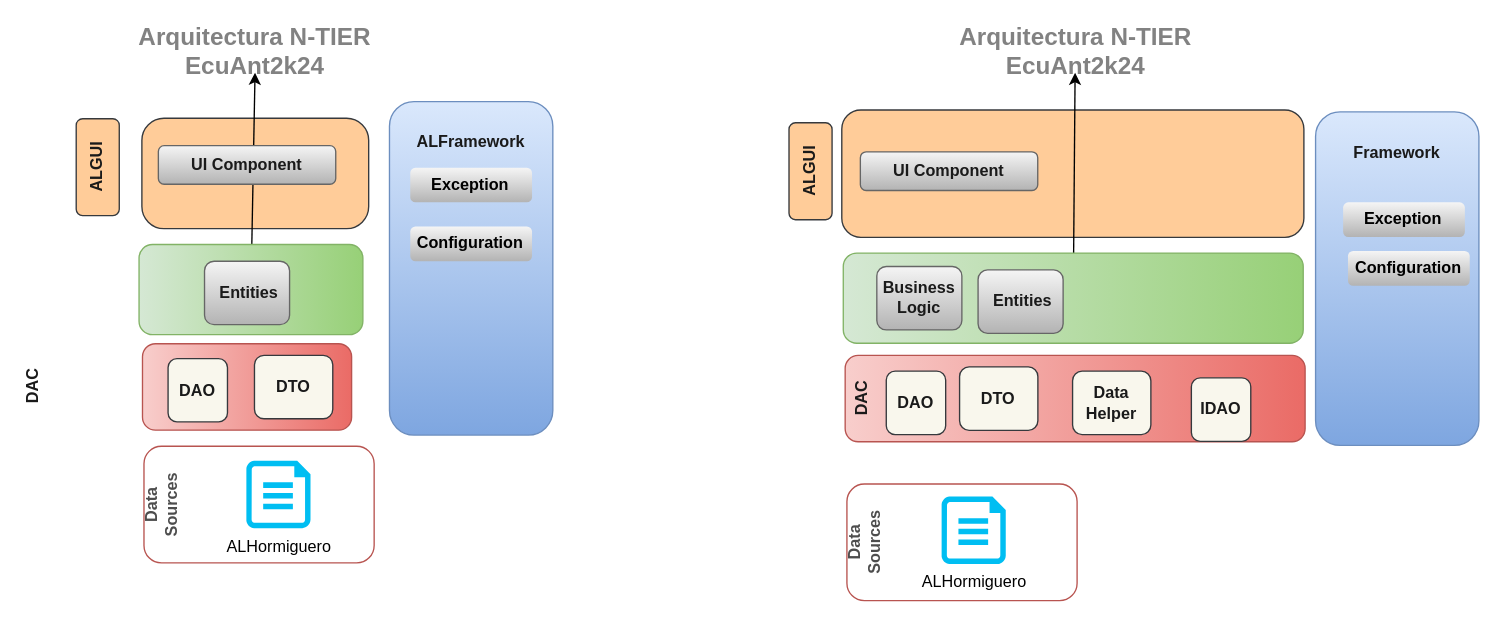
Earlier version of the draw.io diagram ALDesing/ALDiagramaArq.drawio (Lenin27Amangandi/ALHormiguero2K24). Source tidied: cells renumbered, new cells numbered last; positions are measured from the earlier drawing's top-left corner, leaving out a move shared by most shapes. Both pictures are drawn from the tidied source at 135%, with x=0, y=0 at pixel (49, -58).
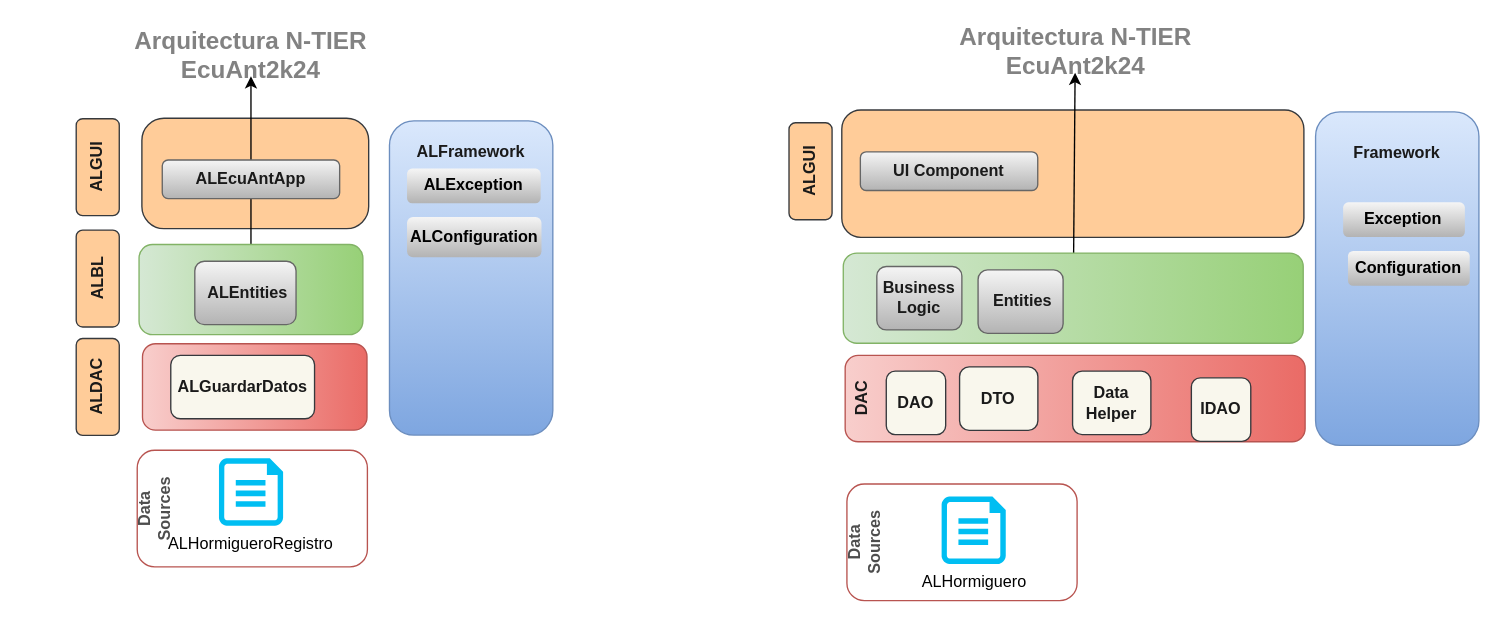
The same diagram, later.

The edit, as a diff of the source:
```diff
@@
-    <mxCell id="3" value="&lt;font color=&quot;#1a1a1a&quot;&gt;&lt;b&gt;DAC&lt;br&gt;&lt;br&gt;&lt;br&gt;&lt;br&gt;&lt;br&gt;&lt;br&gt;&lt;br&gt;&lt;br&gt;&lt;br&gt;&lt;br&gt;&lt;br&gt;&lt;br&gt;&lt;br&gt;&lt;br&gt;&lt;br&gt;&lt;br&gt;&lt;br&gt;&lt;br&gt;&lt;br&gt;&lt;br&gt;&lt;br&gt;&lt;br&gt;&lt;/b&gt;&lt;br&gt;&lt;/font&gt;" style="rounded=1;whiteSpace=wrap;html=1;fillColor=#f8cecc;strokeColor=#b85450;rotation=-90;gradientColor=#ea6b66;" parent="1" vertex="1">
-      <mxGeometry x="114.5" y="251.7" width="64" height="154.9" as="geometry" />
+    <mxCell id="3" style="rounded=1;whiteSpace=wrap;html=1;fillColor=#f8cecc;strokeColor=#b85450;rotation=-90;gradientColor=#ea6b66;" parent="1" vertex="1">
+      <mxGeometry x="120.2" y="246" width="64" height="166.3" as="geometry" />
     </mxCell>
-    <mxCell id="4" value="&lt;font color=&quot;#1a1a1a&quot;&gt;&lt;b&gt;DAO&lt;/b&gt;&lt;br&gt;&lt;/font&gt;" style="rounded=1;whiteSpace=wrap;html=1;fillColor=#f9f7ed;strokeColor=#36393d;" parent="1" vertex="1">
-      <mxGeometry x="88" y="308.1" width="44" height="46.9" as="geometry" />
-    </mxCell>
     <mxCell id="5" value="&lt;font color=&quot;#828282&quot; style=&quot;font-size: 18px;&quot;&gt;&lt;b style=&quot;&quot;&gt;Arquitectura N-TIER&lt;br&gt;EcuAnt2k24&lt;br&gt;&lt;/b&gt;&lt;/font&gt;" style="text;html=1;strokeColor=none;fillColor=none;align=center;verticalAlign=middle;whiteSpace=wrap;rounded=0;labelBackgroundColor=none;fontColor=#333333;" parent="1" vertex="1">
-      <mxGeometry x="30.2" y="66.4" width="245" height="30" as="geometry" />
+      <mxGeometry x="26.9" y="69" width="245" height="30" as="geometry" />
     </mxCell>
     <mxCell id="6" value="&lt;font color=&quot;#1a1a1a&quot;&gt;&lt;b&gt;ALFramework&lt;/b&gt;&lt;br&gt;&lt;br&gt;&lt;br&gt;&lt;br&gt;&lt;br&gt;&lt;br&gt;&lt;br&gt;&lt;br&gt;&lt;br&gt;&lt;br&gt;&lt;br&gt;&lt;br&gt;&lt;br&gt;&lt;br&gt;&lt;/font&gt;" style="rounded=1;whiteSpace=wrap;html=1;fillColor=#dae8fc;strokeColor=#6c8ebf;gradientColor=#7ea6e0;" parent="1" vertex="1">
-      <mxGeometry x="252" y="117.8" width="121" height="247" as="geometry" />
+      <mxGeometry x="252" y="132" width="121" height="232.8" as="geometry" />
     </mxCell>
-    <mxCell id="7" value="&lt;span style=&quot;&quot;&gt;&lt;font color=&quot;#000000&quot;&gt;&lt;b&gt;Exception&lt;/b&gt;&lt;/font&gt;&lt;/span&gt;" style="rounded=1;whiteSpace=wrap;html=1;fillColor=#f5f5f5;strokeColor=none;gradientColor=#b3b3b3;" parent="1" vertex="1">
-      <mxGeometry x="267.4" y="166.8" width="90.2" height="25.6" as="geometry" />
+    <mxCell id="7" value="&lt;span style=&quot;&quot;&gt;&lt;font color=&quot;#000000&quot;&gt;&lt;b&gt;ALException&lt;/b&gt;&lt;/font&gt;&lt;/span&gt;" style="rounded=1;whiteSpace=wrap;html=1;fillColor=#f5f5f5;strokeColor=none;gradientColor=#b3b3b3;" parent="1" vertex="1">
+      <mxGeometry x="265" y="167.4" width="99" height="25.6" as="geometry" />
     </mxCell>
-    <mxCell id="8" value="&lt;div style=&quot;&quot;&gt;&lt;font color=&quot;#000000&quot;&gt;&lt;b&gt;Configuration&lt;/b&gt;&lt;/font&gt;&lt;/div&gt;" style="rounded=1;whiteSpace=wrap;html=1;fillColor=#f5f5f5;strokeColor=none;gradientColor=#b3b3b3;" parent="1" vertex="1">
-      <mxGeometry x="267.4" y="210.2" width="90.2" height="25.8" as="geometry" />
+    <mxCell id="8" value="&lt;div style=&quot;&quot;&gt;&lt;font color=&quot;#000000&quot;&gt;&lt;b&gt;ALConfiguration&lt;/b&gt;&lt;/font&gt;&lt;/div&gt;" style="rounded=1;whiteSpace=wrap;html=1;fillColor=#f5f5f5;strokeColor=none;gradientColor=#b3b3b3;" parent="1" vertex="1">
+      <mxGeometry x="265" y="203.2" width="99.6" height="29.8" as="geometry" />
     </mxCell>
@@
-    <mxCell id="11" value="&lt;font color=&quot;#1a1a1a&quot;&gt;&lt;b&gt;&amp;nbsp;Entities&lt;/b&gt;&lt;/font&gt;" style="rounded=1;whiteSpace=wrap;html=1;fillColor=#f5f5f5;strokeColor=#666666;gradientColor=#b3b3b3;" parent="1" vertex="1">
-      <mxGeometry x="115" y="236" width="63" height="47" as="geometry" />
+    <mxCell id="11" value="&lt;font color=&quot;#1a1a1a&quot;&gt;&lt;b&gt;&amp;nbsp;ALEntities&lt;/b&gt;&lt;/font&gt;" style="rounded=1;whiteSpace=wrap;html=1;fillColor=#f5f5f5;strokeColor=#666666;gradientColor=#b3b3b3;" parent="1" vertex="1">
+      <mxGeometry x="107.8" y="236" width="75" height="47" as="geometry" />
     </mxCell>
     <mxCell id="12" value="&lt;b style=&quot;&quot;&gt;&lt;font color=&quot;#4d4d4d&quot;&gt;Data&lt;br&gt;Sources&lt;br&gt;&lt;br&gt;&lt;br&gt;&lt;br&gt;&lt;br&gt;&lt;br&gt;&lt;br&gt;&lt;br&gt;&lt;br&gt;&lt;br&gt;&lt;/font&gt;&lt;br&gt;&lt;/b&gt;" style="rounded=1;whiteSpace=wrap;html=1;fillColor=none;strokeColor=#b85450;rotation=-90;gradientColor=#ea6b66;" parent="1" vertex="1">
-      <mxGeometry x="112.2" y="331" width="86.4" height="170.5" as="geometry" />
+      <mxGeometry x="107.2" y="334" width="86.4" height="170.5" as="geometry" />
     </mxCell>
@@
-    <mxCell id="14" value="&lt;span style=&quot;color: rgb(26, 26, 26);&quot;&gt;&lt;b&gt;UI Component&lt;/b&gt;&lt;/span&gt;" style="rounded=1;whiteSpace=wrap;html=1;fillColor=#f5f5f5;strokeColor=#666666;gradientColor=#b3b3b3;" parent="1" vertex="1">
-      <mxGeometry x="80.8" y="150.4" width="131.4" height="28.6" as="geometry" />
+    <mxCell id="14" value="&lt;font color=&quot;#1a1a1a&quot;&gt;&lt;b&gt;ALEcuAntApp&lt;/b&gt;&lt;/font&gt;" style="rounded=1;whiteSpace=wrap;html=1;fillColor=#f5f5f5;strokeColor=#666666;gradientColor=#b3b3b3;" parent="1" vertex="1">
+      <mxGeometry x="83.7" y="161" width="131.4" height="28.6" as="geometry" />
     </mxCell>
-    <mxCell id="15" value="&lt;font color=&quot;#1a1a1a&quot;&gt;&lt;b&gt;DTO&lt;/b&gt;&lt;br&gt;&lt;/font&gt;" style="rounded=1;whiteSpace=wrap;html=1;fillColor=#f9f7ed;strokeColor=#36393d;" parent="1" vertex="1">
-      <mxGeometry x="152" y="305.7" width="58" height="47" as="geometry" />
+    <mxCell id="15" value="&lt;font color=&quot;#1a1a1a&quot;&gt;&lt;b&gt;ALGuardarDatos&lt;/b&gt;&lt;br&gt;&lt;/font&gt;" style="rounded=1;whiteSpace=wrap;html=1;fillColor=#f9f7ed;strokeColor=#36393d;" parent="1" vertex="1">
+      <mxGeometry x="90" y="305.7" width="106.5" height="47" as="geometry" />
     </mxCell>
-    <mxCell id="16" value="ALHormiguero" style="verticalLabelPosition=bottom;html=1;verticalAlign=top;align=center;strokeColor=none;fillColor=#00BEF2;shape=mxgraph.azure.cloud_services_configuration_file;" parent="1" vertex="1">
-      <mxGeometry x="146" y="383.8" width="47.5" height="50" as="geometry" />
+    <mxCell id="16" value="ALHormigueroRegistro" style="verticalLabelPosition=bottom;html=1;verticalAlign=top;align=center;strokeColor=none;fillColor=#00BEF2;shape=mxgraph.azure.cloud_services_configuration_file;" parent="1" vertex="1">
+      <mxGeometry x="125.7" y="382" width="47.5" height="50" as="geometry" />
     </mxCell>
@@
+    <mxCell id="35" value="&lt;font color=&quot;#1a1a1a&quot;&gt;&lt;b&gt;ALDAC&lt;/b&gt;&lt;br&gt;&lt;/font&gt;" style="rounded=1;whiteSpace=wrap;html=1;fillColor=#ffcc99;strokeColor=#36393d;rotation=-90;" parent="1" vertex="1">
+      <mxGeometry y="313.2" width="71.8" height="31.9" as="geometry" />
+    </mxCell>
+    <mxCell id="36" value="&lt;font color=&quot;#1a1a1a&quot;&gt;&lt;b&gt;ALBL&lt;/b&gt;&lt;br&gt;&lt;/font&gt;" style="rounded=1;whiteSpace=wrap;html=1;fillColor=#ffcc99;strokeColor=#36393d;rotation=-90;" parent="1" vertex="1">
+      <mxGeometry y="232.9" width="71.8" height="31.9" as="geometry" />
+    </mxCell>
```
